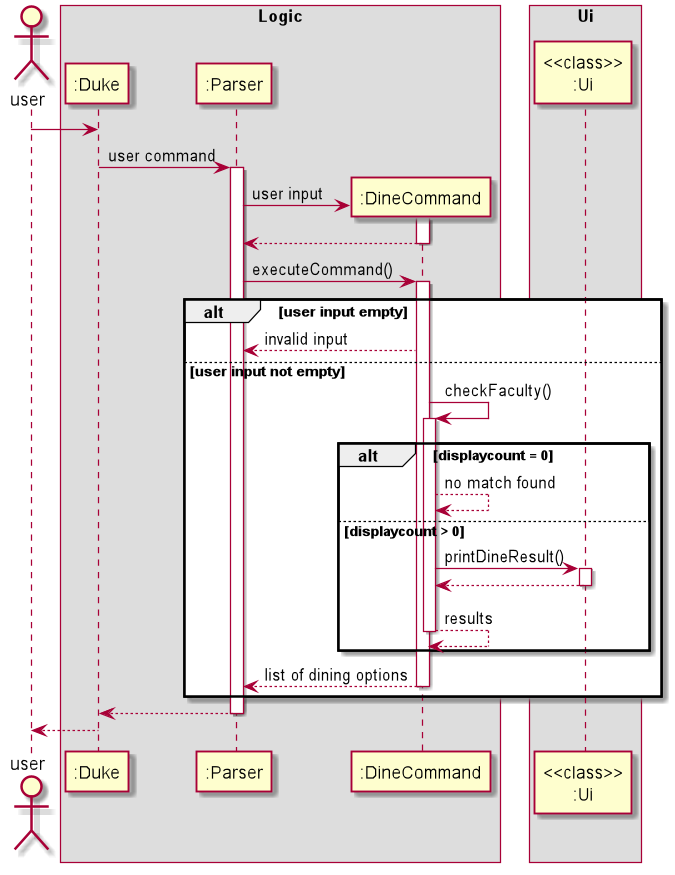
Above: docs/DG_Diagrams/DineSequence.png in nus-cs2113-AY2021S1/tp (PlantUML), before the change.
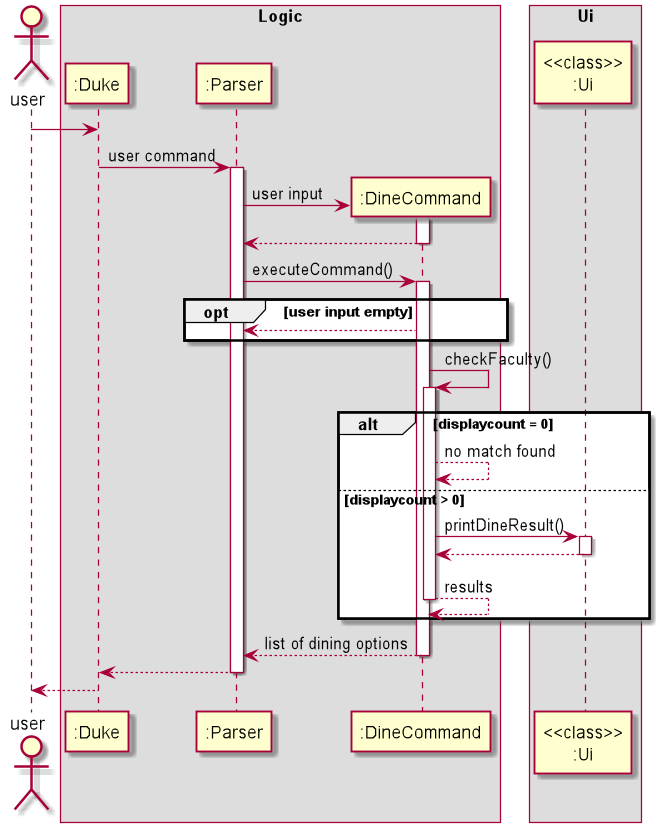
Later version of the same file.

Commit message:
Update /dine sequence diagram

Change to the diagram source:
```diff
@@ -20,24 +20,27 @@
 deactivate ":DineCommand"
 ":Parser" -> ":DineCommand": executeCommand()
 activate ":DineCommand"
-alt user input empty
-    ":DineCommand" --> ":Parser": invalid input
-else user input not empty
-    ":DineCommand" -> ":DineCommand": checkFaculty()
-    activate ":DineCommand"
-    alt displaycount = 0
-        ":DineCommand" --> ":DineCommand": no match found
-    else displaycount > 0
-        ":DineCommand" -> "<<class>>\n:Ui" : printDineResult()
-        activate "<<class>>\n:Ui"
-        "<<class>>\n:Ui" --> ":DineCommand"
-        deactivate "<<class>>\n:Ui"
-        ":DineCommand" --> ":DineCommand": results
-    deactivate ":DineCommand"
-    end
-    ":DineCommand" --> ":Parser": list of dining options
+
+opt user input empty
+    ":DineCommand" --> ":Parser"
+end
+
+":DineCommand" -> ":DineCommand": checkFaculty()
+activate ":DineCommand"
+
+alt displaycount = 0
+    ":DineCommand" --> ":DineCommand": no match found
+else displaycount > 0
+    ":DineCommand" -> "<<class>>\n:Ui" : printDineResult()
+    activate "<<class>>\n:Ui"
+    "<<class>>\n:Ui" --> ":DineCommand"
+    deactivate "<<class>>\n:Ui"
+    ":DineCommand" --> ":DineCommand": results
 deactivate ":DineCommand"
 end
+
+":DineCommand" --> ":Parser": list of dining options
+deactivate ":DineCommand"
 ":Parser" --> ":Duke"
 deactivate ":Parser"
 ":Duke" --> user
```
